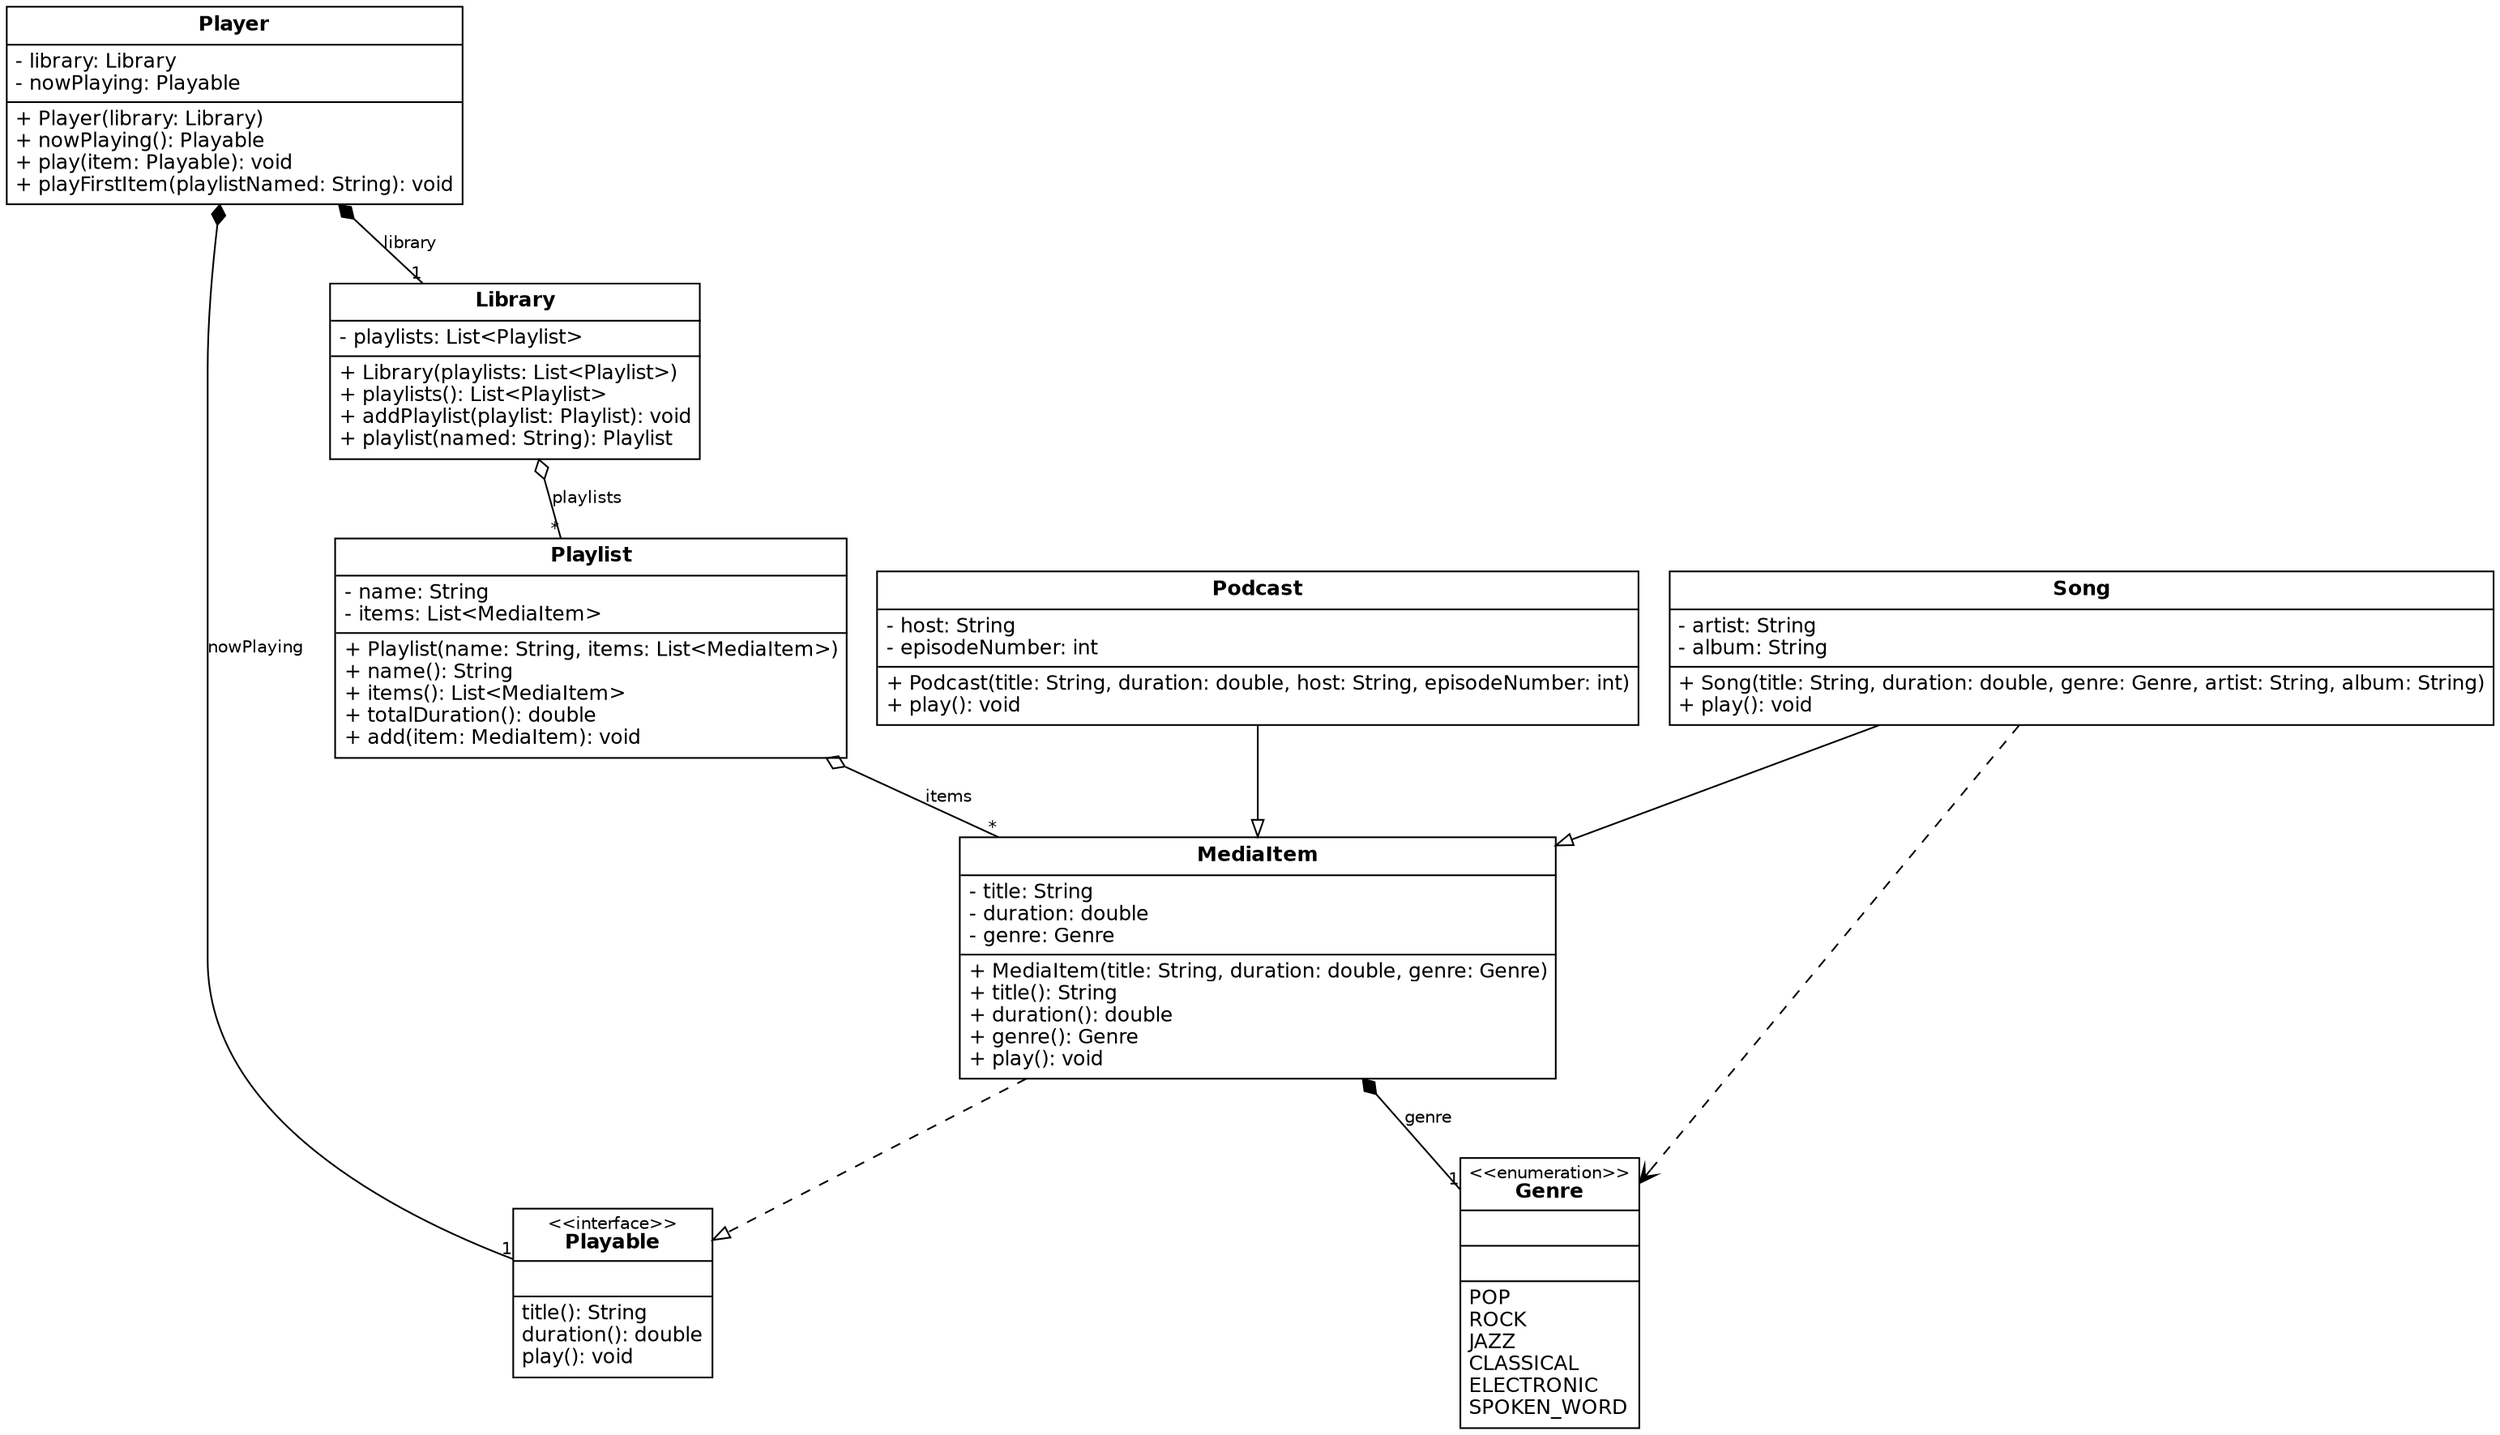
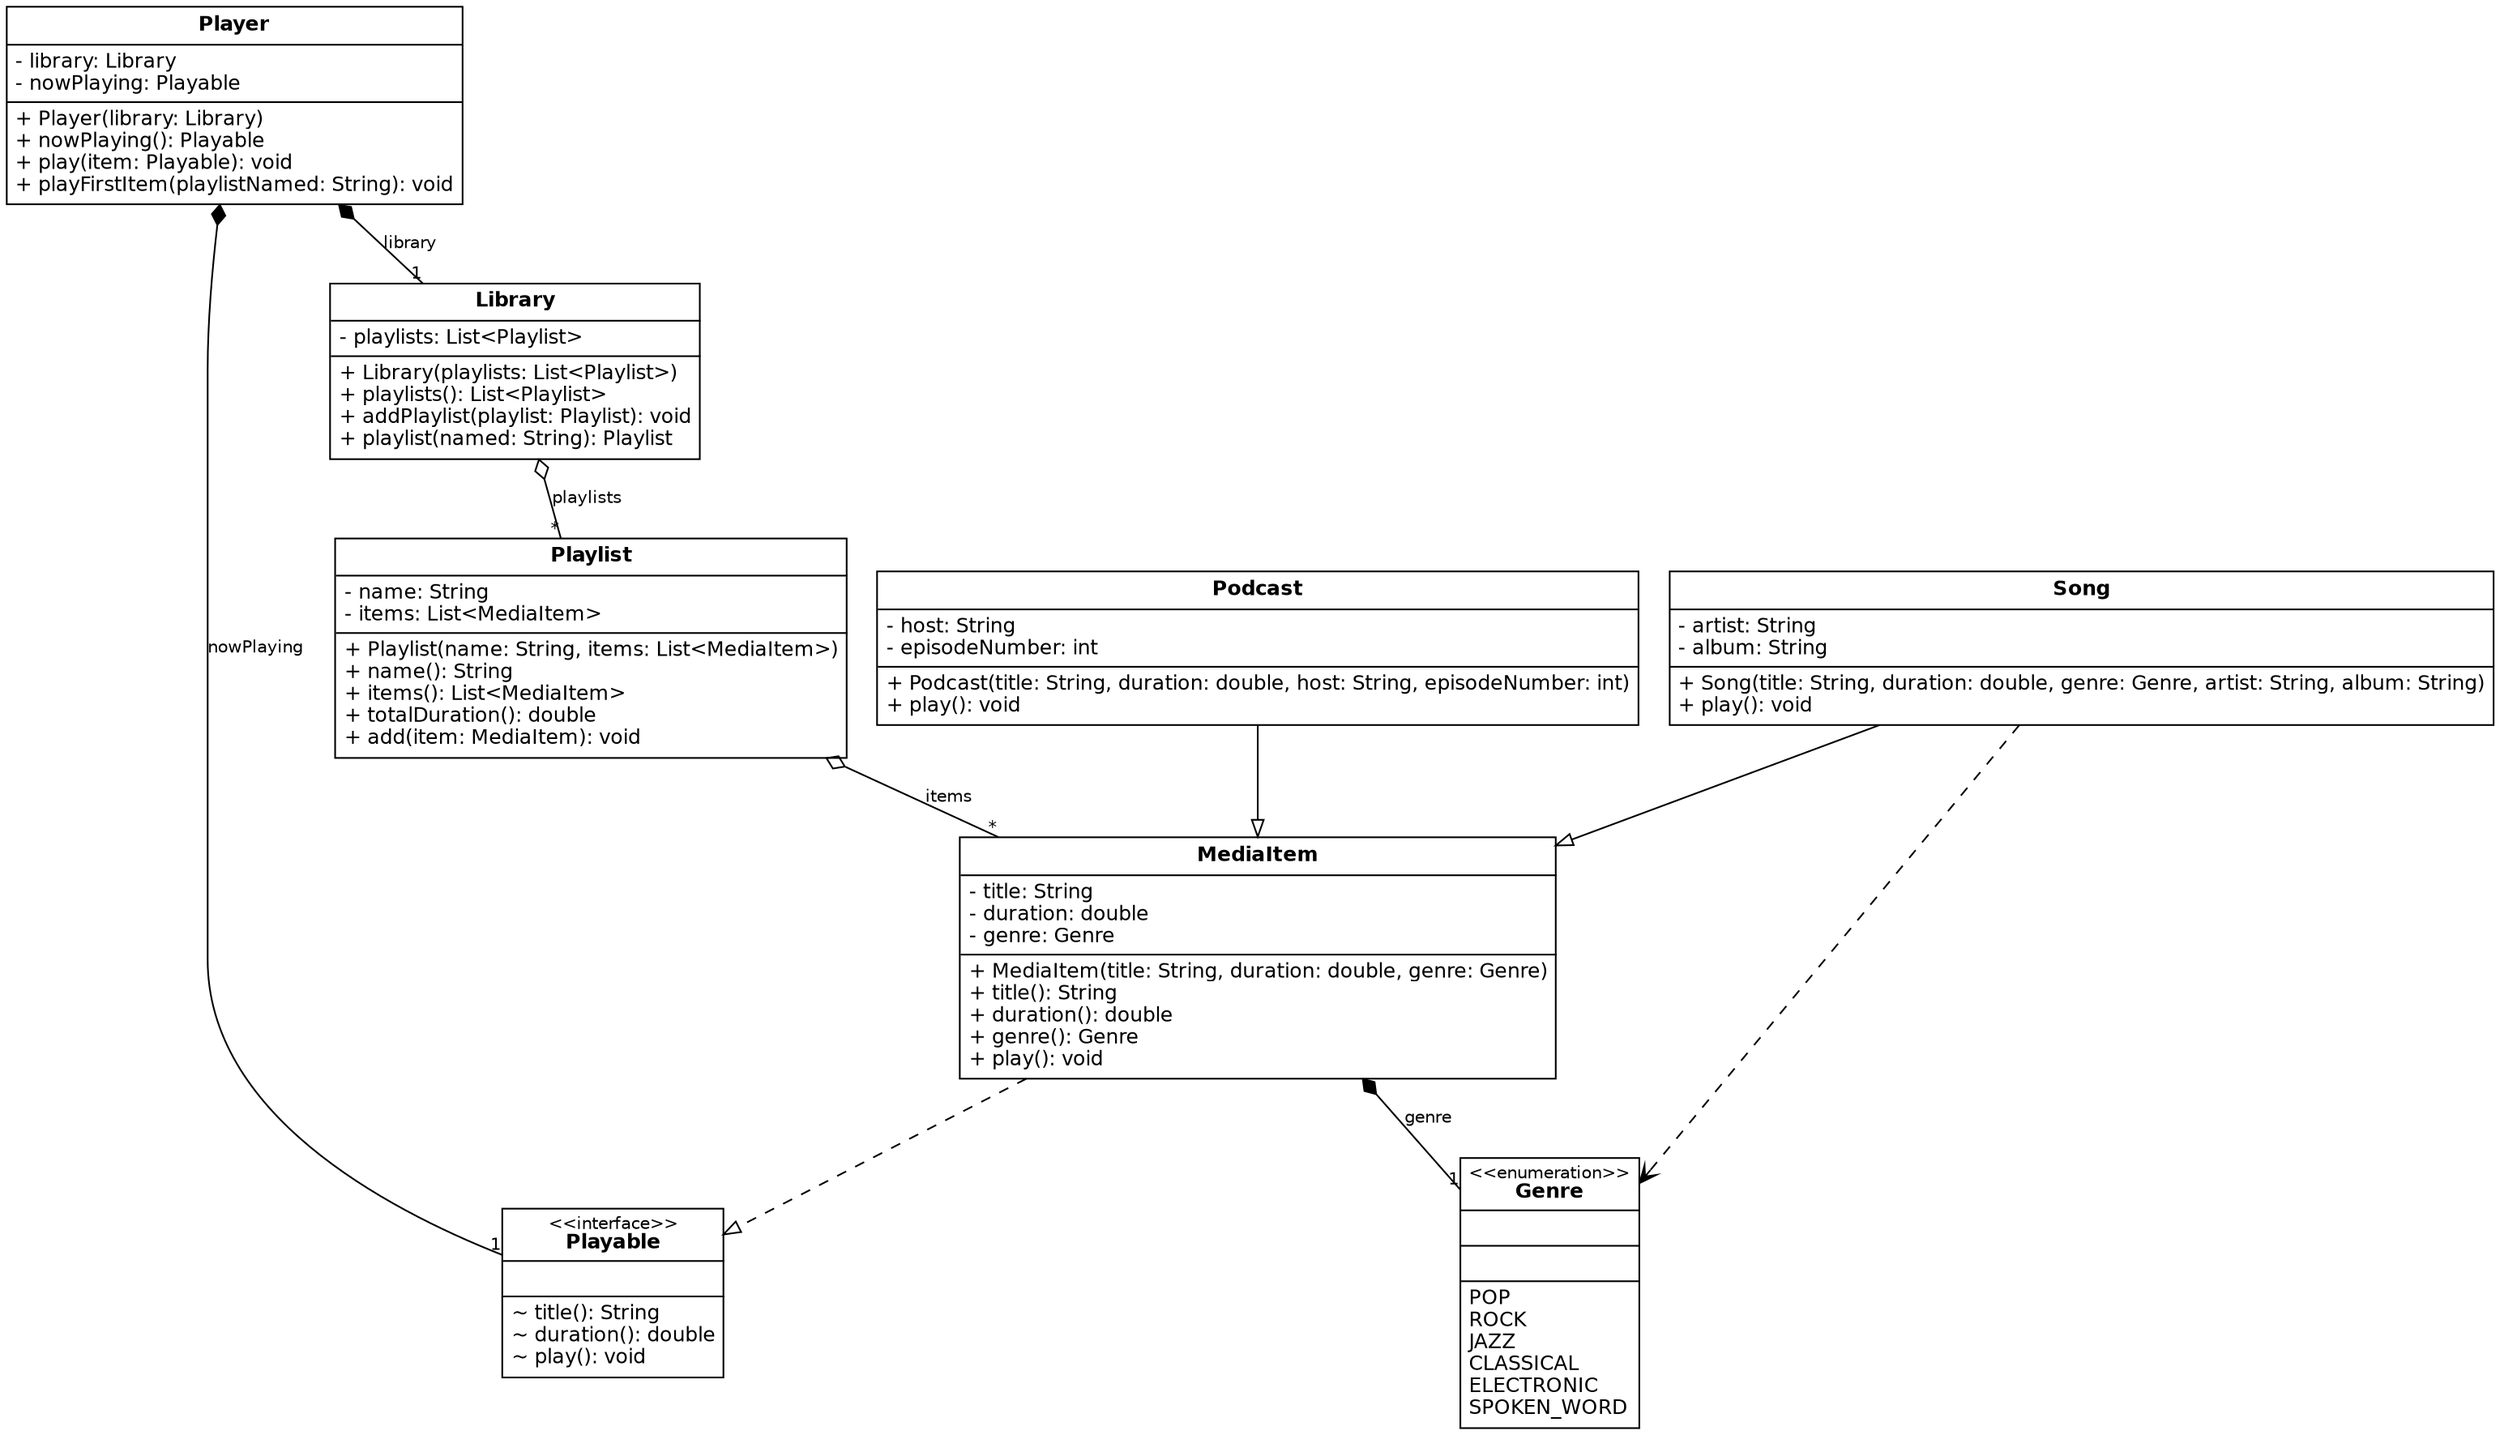
digraph UML {
  rankdir=TB;
  compound=true;
  fontname="Helvetica";
  fontsize=12;
  node [shape=none margin=0 fontname="Helvetica" fontsize=12];
  edge [fontname="Helvetica" fontsize=10];
  "medialibrary.Genre" [label=<<TABLE BORDER="1" CELLBORDER="0" CELLSPACING="0" CELLPADDING="4"><TR><TD ALIGN="CENTER"><FONT POINT-SIZE="10">&lt;&lt;enumeration&gt;&gt;</FONT><BR/><B>Genre</B></TD></TR><HR/><TR><TD ALIGN="LEFT"> </TD></TR><HR/><TR><TD ALIGN="LEFT"> </TD></TR><HR/><TR><TD ALIGN="LEFT">POP<BR ALIGN="LEFT"/>ROCK<BR ALIGN="LEFT"/>JAZZ<BR ALIGN="LEFT"/>CLASSICAL<BR ALIGN="LEFT"/>ELECTRONIC<BR ALIGN="LEFT"/>SPOKEN_WORD<BR ALIGN="LEFT"/></TD></TR></TABLE>>];
  "medialibrary.Library" [label=<<TABLE BORDER="1" CELLBORDER="0" CELLSPACING="0" CELLPADDING="4"><TR><TD ALIGN="CENTER"><B>Library</B></TD></TR><HR/><TR><TD ALIGN="LEFT">- playlists: List&lt;Playlist&gt;<BR ALIGN="LEFT"/></TD></TR><HR/><TR><TD ALIGN="LEFT">+ Library(playlists: List&lt;Playlist&gt;)<BR ALIGN="LEFT"/>+ playlists(): List&lt;Playlist&gt;<BR ALIGN="LEFT"/>+ addPlaylist(playlist: Playlist): void<BR ALIGN="LEFT"/>+ playlist(named: String): Playlist<BR ALIGN="LEFT"/></TD></TR></TABLE>>];
  "medialibrary.MediaItem" [label=<<TABLE BORDER="1" CELLBORDER="0" CELLSPACING="0" CELLPADDING="4"><TR><TD ALIGN="CENTER"><B>MediaItem</B></TD></TR><HR/><TR><TD ALIGN="LEFT">- title: String<BR ALIGN="LEFT"/>- duration: double<BR ALIGN="LEFT"/>- genre: Genre<BR ALIGN="LEFT"/></TD></TR><HR/><TR><TD ALIGN="LEFT">+ MediaItem(title: String, duration: double, genre: Genre)<BR ALIGN="LEFT"/>+ title(): String<BR ALIGN="LEFT"/>+ duration(): double<BR ALIGN="LEFT"/>+ genre(): Genre<BR ALIGN="LEFT"/>+ play(): void<BR ALIGN="LEFT"/></TD></TR></TABLE>>];
-   "medialibrary.Playable" [label=<<TABLE BORDER="1" CELLBORDER="0" CELLSPACING="0" CELLPADDING="4"><TR><TD ALIGN="CENTER"><FONT POINT-SIZE="10">&lt;&lt;interface&gt;&gt;</FONT><BR/><B>Playable</B></TD></TR><HR/><TR><TD ALIGN="LEFT"> </TD></TR><HR/><TR><TD ALIGN="LEFT">title(): String<BR ALIGN="LEFT"/>duration(): double<BR ALIGN="LEFT"/>play(): void<BR ALIGN="LEFT"/></TD></TR></TABLE>>];
+   "medialibrary.Playable" [label=<<TABLE BORDER="1" CELLBORDER="0" CELLSPACING="0" CELLPADDING="4"><TR><TD ALIGN="CENTER"><FONT POINT-SIZE="10">&lt;&lt;interface&gt;&gt;</FONT><BR/><B>Playable</B></TD></TR><HR/><TR><TD ALIGN="LEFT"> </TD></TR><HR/><TR><TD ALIGN="LEFT">~ title(): String<BR ALIGN="LEFT"/>~ duration(): double<BR ALIGN="LEFT"/>~ play(): void<BR ALIGN="LEFT"/></TD></TR></TABLE>>];
  "medialibrary.Player" [label=<<TABLE BORDER="1" CELLBORDER="0" CELLSPACING="0" CELLPADDING="4"><TR><TD ALIGN="CENTER"><B>Player</B></TD></TR><HR/><TR><TD ALIGN="LEFT">- library: Library<BR ALIGN="LEFT"/>- nowPlaying: Playable<BR ALIGN="LEFT"/></TD></TR><HR/><TR><TD ALIGN="LEFT">+ Player(library: Library)<BR ALIGN="LEFT"/>+ nowPlaying(): Playable<BR ALIGN="LEFT"/>+ play(item: Playable): void<BR ALIGN="LEFT"/>+ playFirstItem(playlistNamed: String): void<BR ALIGN="LEFT"/></TD></TR></TABLE>>];
  "medialibrary.Playlist" [label=<<TABLE BORDER="1" CELLBORDER="0" CELLSPACING="0" CELLPADDING="4"><TR><TD ALIGN="CENTER"><B>Playlist</B></TD></TR><HR/><TR><TD ALIGN="LEFT">- name: String<BR ALIGN="LEFT"/>- items: List&lt;MediaItem&gt;<BR ALIGN="LEFT"/></TD></TR><HR/><TR><TD ALIGN="LEFT">+ Playlist(name: String, items: List&lt;MediaItem&gt;)<BR ALIGN="LEFT"/>+ name(): String<BR ALIGN="LEFT"/>+ items(): List&lt;MediaItem&gt;<BR ALIGN="LEFT"/>+ totalDuration(): double<BR ALIGN="LEFT"/>+ add(item: MediaItem): void<BR ALIGN="LEFT"/></TD></TR></TABLE>>];
  "medialibrary.Podcast" [label=<<TABLE BORDER="1" CELLBORDER="0" CELLSPACING="0" CELLPADDING="4"><TR><TD ALIGN="CENTER"><B>Podcast</B></TD></TR><HR/><TR><TD ALIGN="LEFT">- host: String<BR ALIGN="LEFT"/>- episodeNumber: int<BR ALIGN="LEFT"/></TD></TR><HR/><TR><TD ALIGN="LEFT">+ Podcast(title: String, duration: double, host: String, episodeNumber: int)<BR ALIGN="LEFT"/>+ play(): void<BR ALIGN="LEFT"/></TD></TR></TABLE>>];
  "medialibrary.Song" [label=<<TABLE BORDER="1" CELLBORDER="0" CELLSPACING="0" CELLPADDING="4"><TR><TD ALIGN="CENTER"><B>Song</B></TD></TR><HR/><TR><TD ALIGN="LEFT">- artist: String<BR ALIGN="LEFT"/>- album: String<BR ALIGN="LEFT"/></TD></TR><HR/><TR><TD ALIGN="LEFT">+ Song(title: String, duration: double, genre: Genre, artist: String, album: String)<BR ALIGN="LEFT"/>+ play(): void<BR ALIGN="LEFT"/></TD></TR></TABLE>>];
  "medialibrary.MediaItem" -> "medialibrary.Playable" [arrowhead=empty style=dashed];
  "medialibrary.Podcast" -> "medialibrary.MediaItem" [arrowhead=empty style=solid];
  "medialibrary.Song" -> "medialibrary.MediaItem" [arrowhead=empty style=solid];
  "medialibrary.Library" -> "medialibrary.Playlist" [dir=back arrowtail=odiamond label="playlists" headlabel="*"];
  "medialibrary.MediaItem" -> "medialibrary.Genre" [dir=back arrowtail=diamond label="genre" headlabel="1"];
  "medialibrary.Player" -> "medialibrary.Library" [dir=back arrowtail=diamond label="library" headlabel="1"];
  "medialibrary.Player" -> "medialibrary.Playable" [dir=back arrowtail=diamond label="nowPlaying" headlabel="1"];
  "medialibrary.Playlist" -> "medialibrary.MediaItem" [dir=back arrowtail=odiamond label="items" headlabel="*"];
  "medialibrary.Song" -> "medialibrary.Genre" [arrowhead=vee style=dashed];
}
